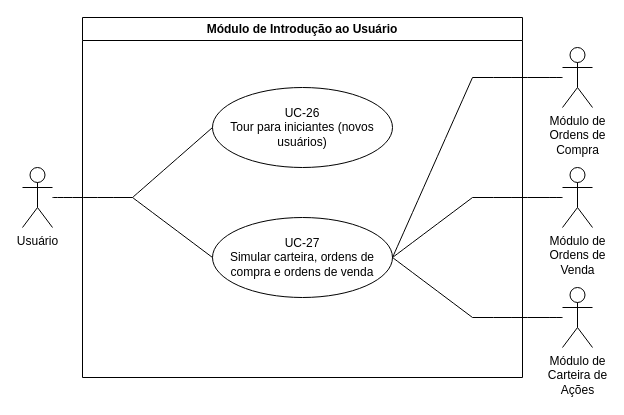
Above: diagramas_casos_de_uso/uc_introducao_usuario.drawio in gb-cs-rt/home_broker (draw.io), before the change. Source tidied: cells renumbered, new cells numbered last; positions are measured from the earlier drawing's top-left corner, leaving out a move shared by most shapes. Both pictures are drawn from the tidied source at 100%, with x=0, y=0 at pixel (22, 17).
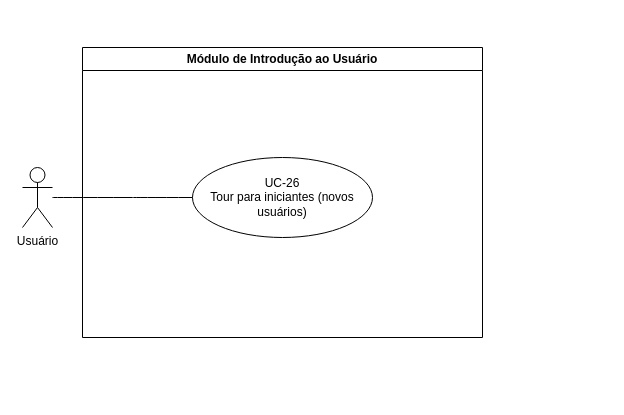
The same diagram, later.

Diff of the diagram source:
```diff
@@
     <mxCell id="2" value="Módulo de Introdução ao Usuário" style="swimlane;whiteSpace=wrap;html=1;" parent="1" vertex="1">
-      <mxGeometry x="60" width="440" height="360" as="geometry" />
+      <mxGeometry x="60" y="30" width="400" height="290" as="geometry" />
     </mxCell>
-    <mxCell id="3" value="UC-27&lt;div&gt;Simular carteira, ordens de compra e ordens de venda&lt;/div&gt;" style="ellipse;whiteSpace=wrap;html=1;" parent="2" vertex="1">
-      <mxGeometry x="130" y="200" width="180" height="80" as="geometry" />
-    </mxCell>
     <mxCell id="4" value="UC-26&lt;div&gt;Tour para iniciantes (novos usuários)&lt;/div&gt;" style="ellipse;whiteSpace=wrap;html=1;" parent="2" vertex="1">
-      <mxGeometry x="130" y="70" width="180" height="80" as="geometry" />
+      <mxGeometry x="110" y="110" width="180" height="80" as="geometry" />
     </mxCell>
@@
-    <mxCell id="8" style="endArrow=none;html=1;rounded=0;fontSize=12;startSize=8;endSize=8;curved=1;entryX=0;entryY=0.5;entryDx=0;entryDy=0;" parent="1" edge="1" target="3">
-      <mxGeometry relative="1" as="geometry">
-        <mxPoint x="110" y="180" as="sourcePoint" />
-      </mxGeometry>
-    </mxCell>
-    <mxCell id="9" style="edgeStyle=none;curved=1;rounded=0;jettySize=auto;html=1;fontSize=12;startSize=8;endSize=8;endArrow=none;endFill=0;" parent="1" edge="1" source="10">
-      <mxGeometry relative="1" as="geometry">
-        <mxPoint x="450" y="60" as="targetPoint" />
-      </mxGeometry>
-    </mxCell>
-    <mxCell id="10" value="Módulo de&lt;div&gt;Ordens de&lt;/div&gt;&lt;div&gt;Compra&lt;/div&gt;" style="shape=umlActor;verticalLabelPosition=bottom;verticalAlign=top;html=1;outlineConnect=0;" parent="1" vertex="1">
-      <mxGeometry x="540" y="30" width="30" height="60" as="geometry" />
-    </mxCell>
-    <mxCell id="11" style="edgeStyle=none;curved=1;rounded=0;jettySize=auto;html=1;fontSize=12;startSize=8;endSize=8;endArrow=none;endFill=0;" parent="1" edge="1" source="12">
-      <mxGeometry relative="1" as="geometry">
-        <mxPoint x="450" y="180" as="targetPoint" />
-      </mxGeometry>
-    </mxCell>
-    <mxCell id="12" value="Módulo de&lt;div&gt;Ordens de&lt;/div&gt;&lt;div&gt;Venda&lt;/div&gt;" style="shape=umlActor;verticalLabelPosition=bottom;verticalAlign=top;html=1;outlineConnect=0;" parent="1" vertex="1">
-      <mxGeometry x="540" y="150" width="30" height="60" as="geometry" />
-    </mxCell>
-    <mxCell id="13" style="edgeStyle=none;curved=1;rounded=0;jettySize=auto;html=1;fontSize=12;startSize=8;endSize=8;endArrow=none;endFill=0;" parent="1" edge="1" source="14">
-      <mxGeometry relative="1" as="geometry">
-        <mxPoint x="450" y="300" as="targetPoint" />
-      </mxGeometry>
-    </mxCell>
-    <mxCell id="14" value="Módulo de&lt;div&gt;Carteira de&lt;/div&gt;&lt;div&gt;Ações&lt;/div&gt;" style="shape=umlActor;verticalLabelPosition=bottom;verticalAlign=top;html=1;outlineConnect=0;" parent="1" vertex="1">
-      <mxGeometry x="540" y="270" width="30" height="60" as="geometry" />
-    </mxCell>
-    <mxCell id="15" style="endArrow=none;html=1;rounded=0;fontSize=12;startSize=8;endSize=8;curved=1;exitX=1;exitY=0.5;exitDx=0;exitDy=0;" parent="1" edge="1" source="3">
-      <mxGeometry relative="1" as="geometry">
-        <mxPoint x="450" y="60" as="targetPoint" />
-      </mxGeometry>
-    </mxCell>
-    <mxCell id="16" style="endArrow=none;html=1;rounded=0;fontSize=12;startSize=8;endSize=8;curved=1;" parent="1" edge="1">
-      <mxGeometry relative="1" as="geometry">
-        <mxPoint x="370" y="240" as="sourcePoint" />
-        <mxPoint x="450" y="180" as="targetPoint" />
-      </mxGeometry>
-    </mxCell>
-    <mxCell id="17" style="endArrow=none;html=1;rounded=0;fontSize=12;startSize=8;endSize=8;curved=1;exitX=1;exitY=0.5;exitDx=0;exitDy=0;" parent="1" edge="1" source="3">
-      <mxGeometry relative="1" as="geometry">
-        <mxPoint x="450" y="300" as="targetPoint" />
-      </mxGeometry>
-    </mxCell>
```
